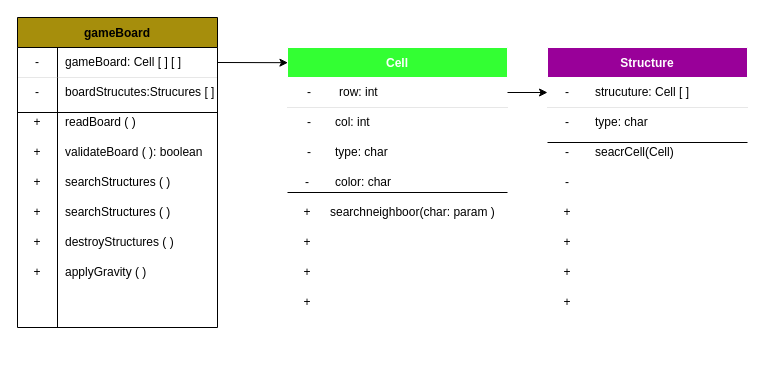
Above: Proyecto01/Desing/test.drawio in Santaval/progra1-22b-aaron_santana (draw.io), before the change. Source tidied: cells renumbered, new cells numbered last; positions are measured from the earlier drawing's top-left corner, leaving out a move shared by most shapes. Both pictures are drawn from the tidied source at 100%, with x=0, y=0 at pixel (17, 17).
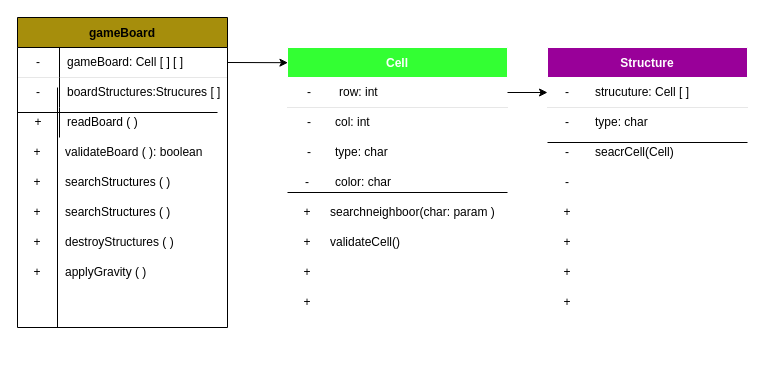
The same page after the edit.

Change to the diagram source:
```diff
@@
     <mxCell id="12" value="gameBoard" style="shape=table;startSize=30;childLayout=tableLayout;rowLines=0;fontStyle=1;align=center;labelBackgroundColor=none;fillColor=#A68E0C;" parent="1" vertex="1">
-      <mxGeometry width="200" height="310" as="geometry" />
+      <mxGeometry width="210" height="310" as="geometry" />
     </mxCell>
     <mxCell id="13" style="shape=partialRectangle;html=1;whiteSpace=wrap;fillColor=none;top=0;left=0;bottom=1;right=0;points=[[0,0.5],[1,0.5]];portConstraint=eastwest;strokeWidth=0;" parent="12" vertex="1">
-      <mxGeometry y="30" width="200" height="30" as="geometry" />
+      <mxGeometry y="30" width="210" height="30" as="geometry" />
     </mxCell>
     <mxCell id="14" value="-" style="shape=partialRectangle;html=1;whiteSpace=wrap;fillColor=none;top=0;left=0;bottom=0;right=0;overflow=hidden;" parent="13" vertex="1">
-      <mxGeometry width="40" height="30" as="geometry" />
+      <mxGeometry width="42" height="30" as="geometry" />
     </mxCell>
     <mxCell id="15" value="gameBoard: Cell [ ] [ ]" style="shape=partialRectangle;html=1;whiteSpace=wrap;fillColor=none;top=0;left=0;bottom=0;right=0;align=left;spacingLeft=6;overflow=hidden;" parent="13" vertex="1">
-      <mxGeometry x="40" width="160" height="30" as="geometry" />
+      <mxGeometry x="42" width="168" height="30" as="geometry" />
     </mxCell>
     <mxCell id="16" style="shape=partialRectangle;html=1;whiteSpace=wrap;fillColor=none;top=0;left=0;bottom=0;right=0;" parent="12" vertex="1">
-      <mxGeometry y="60" width="200" height="30" as="geometry" />
+      <mxGeometry y="60" width="210" height="30" as="geometry" />
     </mxCell>
     <mxCell id="17" value="-" style="shape=partialRectangle;html=1;whiteSpace=wrap;fillColor=none;top=0;left=0;bottom=0;right=0;overflow=hidden;strokeWidth=0;" parent="16" vertex="1">
-      <mxGeometry width="40" height="30" as="geometry" />
+      <mxGeometry width="42" height="30" as="geometry" />
     </mxCell>
-    <mxCell id="18" value="boardStrucutes:Strucures [ ]" style="shape=partialRectangle;html=1;whiteSpace=wrap;fillColor=none;top=0;left=0;bottom=0;right=0;align=left;spacingLeft=6;overflow=hidden;" parent="16" vertex="1">
-      <mxGeometry x="40" width="160" height="30" as="geometry" />
+    <mxCell id="18" value="boardStructures:Strucures [ ]" style="shape=partialRectangle;html=1;whiteSpace=wrap;fillColor=none;top=0;left=0;bottom=0;right=0;align=left;spacingLeft=6;overflow=hidden;" parent="16" vertex="1">
+      <mxGeometry x="42" width="168" height="30" as="geometry" />
     </mxCell>
     <mxCell id="19" style="shape=partialRectangle;html=1;whiteSpace=wrap;fillColor=none;top=0;left=0;bottom=0;right=0;" parent="12" vertex="1">
-      <mxGeometry y="90" width="200" height="30" as="geometry" />
+      <mxGeometry y="90" width="210" height="30" as="geometry" />
     </mxCell>
     <mxCell id="20" value="+" style="shape=partialRectangle;html=1;whiteSpace=wrap;fillColor=none;top=0;left=0;bottom=0;right=0;overflow=hidden;" parent="19" vertex="1">
-      <mxGeometry width="40" height="30" as="geometry" />
+      <mxGeometry width="42" height="30" as="geometry" />
     </mxCell>
     <mxCell id="21" value="readBoard ( )" style="shape=partialRectangle;html=1;whiteSpace=wrap;fillColor=none;top=0;left=0;bottom=0;right=0;align=left;spacingLeft=6;overflow=hidden;strokeWidth=0;" parent="19" vertex="1">
-      <mxGeometry x="40" width="160" height="30" as="geometry" />
+      <mxGeometry x="42" width="168" height="30" as="geometry" />
     </mxCell>
@@
+    <mxCell id="67" value="validateCell()" style="shape=partialRectangle;html=1;whiteSpace=wrap;fillColor=none;top=0;left=0;bottom=0;right=0;align=left;spacingLeft=6;overflow=hidden;" parent="1" vertex="1">
+      <mxGeometry x="305" y="210" width="185" height="30" as="geometry" />
+    </mxCell>
```
